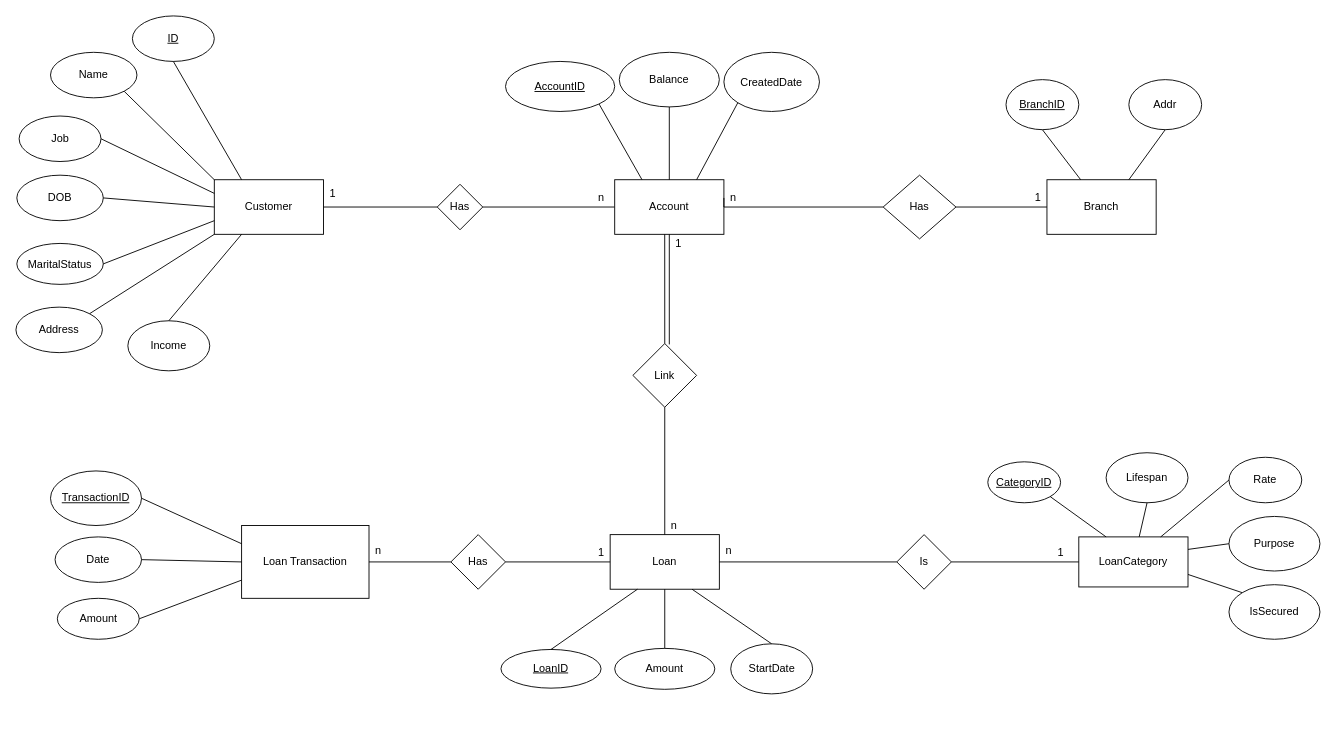
Earlier version of the draw.io diagram BankingER.drawio (hoangvuduyanh33/FinancialService). Source tidied: cells renumbered, new cells numbered last; positions are measured from the earlier drawing's top-left corner, leaving out a move shared by most shapes. Both pictures are drawn from the tidied source at 91%, with x=0, y=0 at pixel (15, 15).
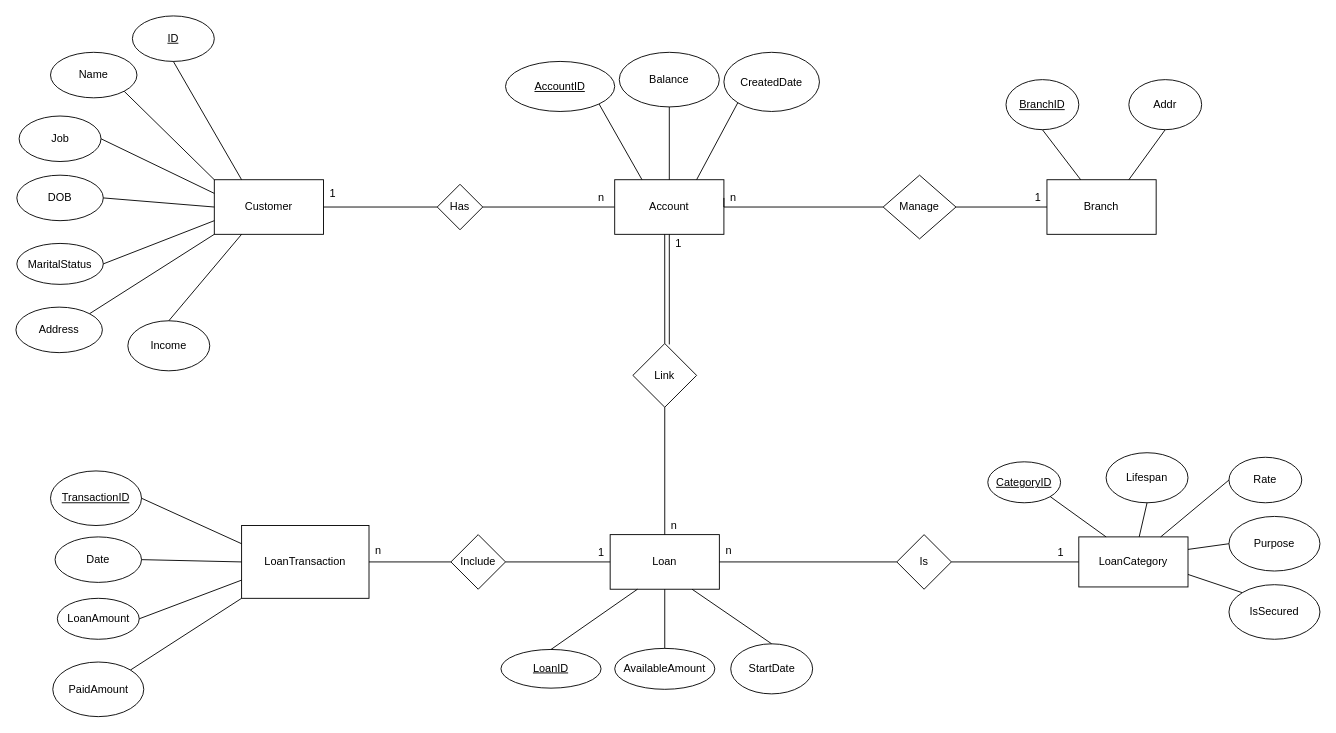
The same diagram, later.

The edit, as a diff of the source:
```diff
@@
-    <mxCell id="2" value="Loan Transaction" style="rounded=0;whiteSpace=wrap;html=1;" parent="1" vertex="1">
+    <mxCell id="2" value="LoanTransaction" style="rounded=0;whiteSpace=wrap;html=1;" parent="1" vertex="1">
       <mxGeometry x="248" y="560" width="140" height="80" as="geometry" />
     </mxCell>
@@
-    <mxCell id="10" value="Has" style="rhombus;whiteSpace=wrap;html=1;" parent="1" vertex="1">
+    <mxCell id="10" value="Include" style="rhombus;whiteSpace=wrap;html=1;" parent="1" vertex="1">
       <mxGeometry x="478" y="570" width="60" height="60" as="geometry" />
     </mxCell>
@@
-    <mxCell id="26" value="Amount" style="ellipse;whiteSpace=wrap;html=1;" parent="1" vertex="1">
+    <mxCell id="26" value="LoanAmount" style="ellipse;whiteSpace=wrap;html=1;" parent="1" vertex="1">
       <mxGeometry x="45.5" y="640" width="90" height="45" as="geometry" />
     </mxCell>
@@
-    <mxCell id="62" value="Has" style="rhombus;whiteSpace=wrap;html=1;" parent="1" vertex="1">
+    <mxCell id="62" value="Manage" style="rhombus;whiteSpace=wrap;html=1;" parent="1" vertex="1">
       <mxGeometry x="953" y="175" width="80" height="70" as="geometry" />
     </mxCell>
@@
-    <mxCell id="65" value="Amount" style="ellipse;whiteSpace=wrap;html=1;" parent="1" vertex="1">
+    <mxCell id="65" value="AvailableAmount" style="ellipse;whiteSpace=wrap;html=1;" parent="1" vertex="1">
       <mxGeometry x="658" y="695" width="110" height="45" as="geometry" />
     </mxCell>
@@
+    <mxCell id="81" value="PaidAmount" style="ellipse;whiteSpace=wrap;html=1;" parent="1" vertex="1">
+      <mxGeometry x="40.5" y="710" width="100" height="60" as="geometry" />
+    </mxCell>
+    <mxCell id="82" style="endArrow=none;html=1;exitX=1;exitY=0;exitDx=0;exitDy=0;entryX=0;entryY=1;entryDx=0;entryDy=0;" parent="1" edge="1" source="81" target="2">
+      <mxGeometry relative="1" as="geometry" />
+    </mxCell>
```
